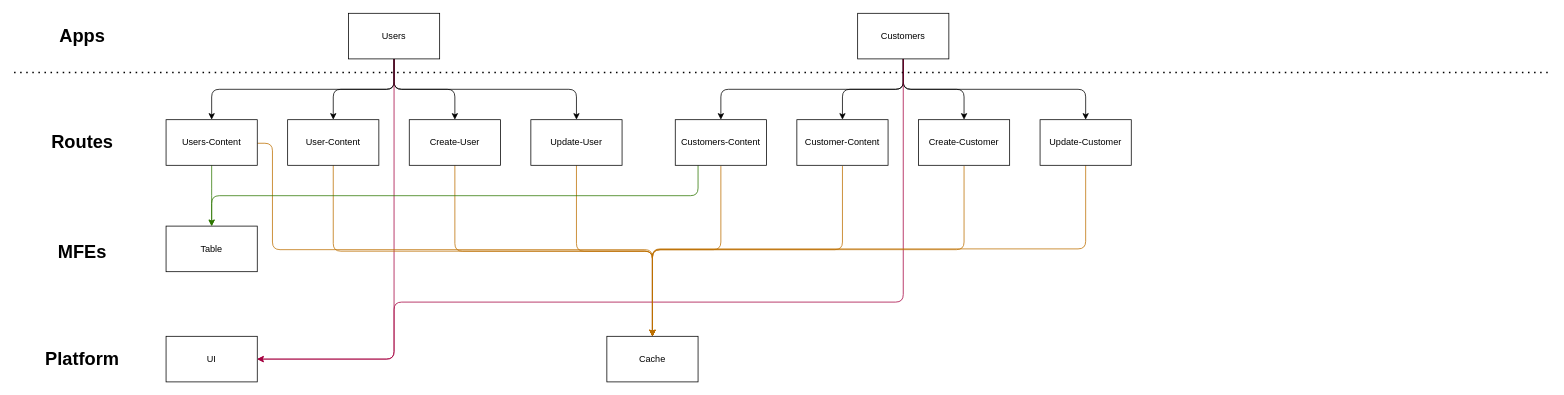
The draw.io diagram docs/frontend/frontend.architecture.dio in Lokicoule/facthub, before the edit. Source tidied: cells renumbered, new cells numbered last; positions are measured from the earlier drawing's top-left corner, leaving out a move shared by most shapes. Both pictures are drawn from the tidied source at 76%, with x=0, y=0 at pixel (14, 13).
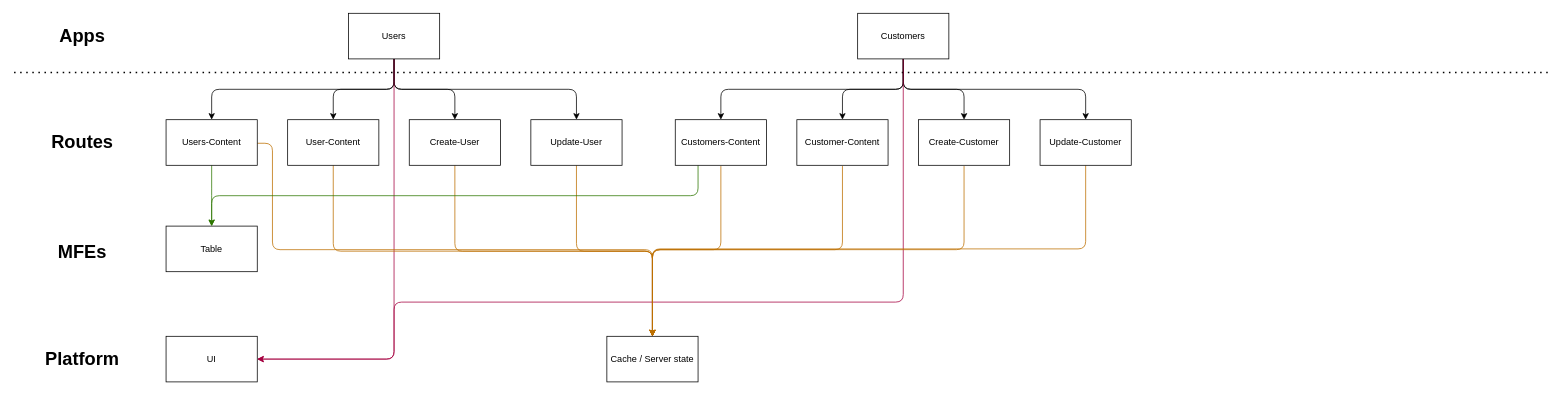
The same page after the edit.

Commit message:
docs(frontend) : navigation first iteration to merge

The edit, as a diff of the source:
```diff
@@
-    <mxCell id="39" value="Cache" style="rounded=0;whiteSpace=wrap;html=1;" parent="1" vertex="1">
+    <mxCell id="39" value="Cache / Server state" style="rounded=0;whiteSpace=wrap;html=1;" parent="1" vertex="1">
       <mxGeometry x="780" y="425" width="120" height="60" as="geometry" />
     </mxCell>
```
